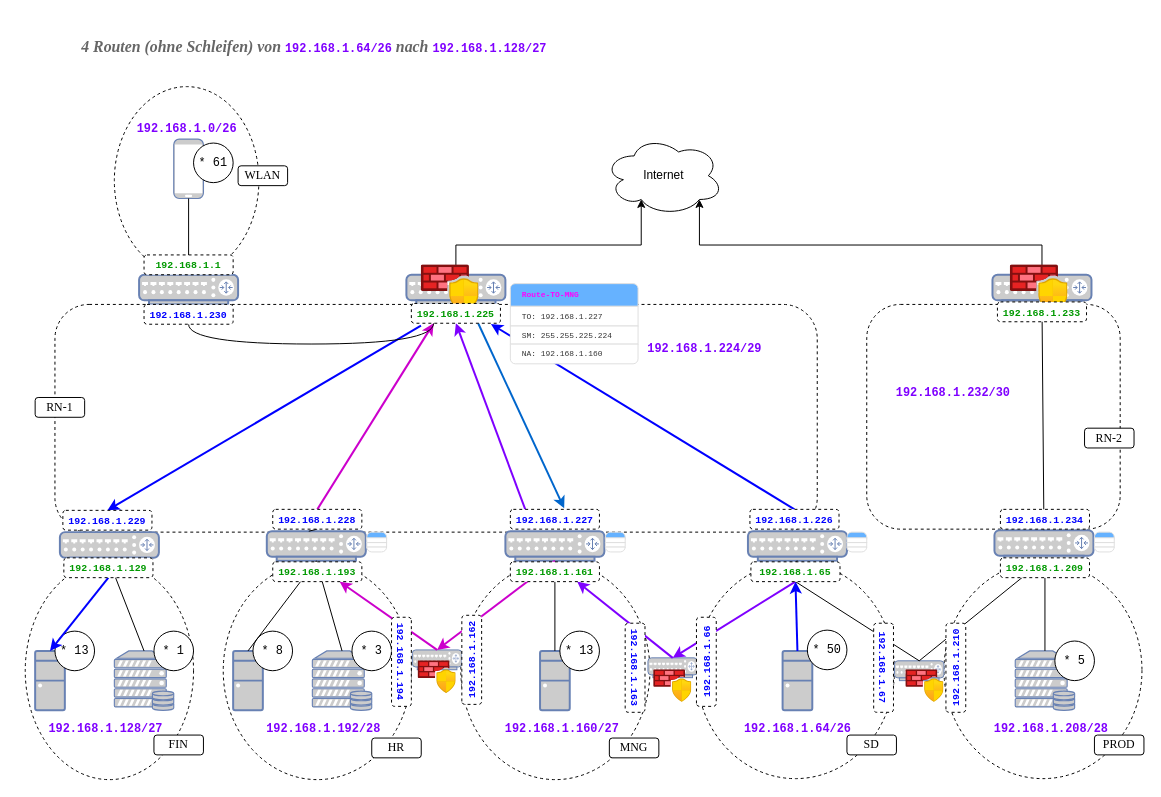
This is sources/lf.09/img.lf/ipv4-segmentation-task-firewalls.drawio from pro-tirone-computatri/protico.ltx, a draw.io file, before an edit. Source tidied: cells renumbered, new cells numbered last; positions are measured from the earlier drawing's top-left corner, leaving out a move shared by most shapes. Both pictures are drawn from the tidied source at 99%, with x=0, y=0 at pixel (25, 37).
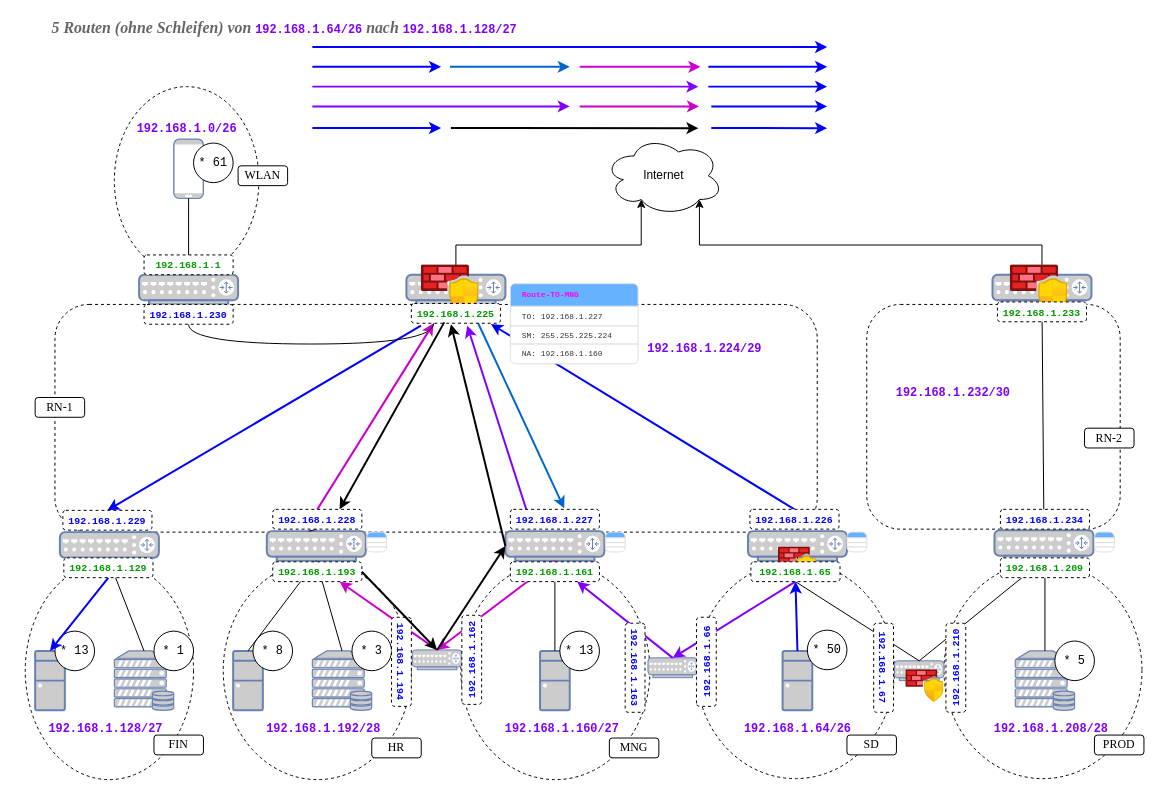
The same page after the edit.

Unchanged cells that the change refers to:
```xml
<mxCell id="20" style="fontColor=#0066CC;verticalAlign=top;verticalLabelPosition=bottom;labelPosition=center;align=center;html=1;outlineConnect=0;fillColor=#CCCCCC;strokeColor=#6881B3;gradientColor=none;gradientDirection=north;strokeWidth=2;shape=mxgraph.networks.router;" parent="1" vertex="1">
  <mxGeometry x="485" y="499" width="100" height="30" as="geometry" />
</mxCell>
<mxCell id="23" style="fontColor=#0066CC;verticalAlign=top;verticalLabelPosition=bottom;labelPosition=center;align=center;html=1;outlineConnect=0;fillColor=#CCCCCC;strokeColor=#6881B3;gradientColor=none;gradientDirection=north;strokeWidth=2;shape=mxgraph.networks.router;" parent="1" vertex="1">
  <mxGeometry x="730" y="499" width="100" height="30" as="geometry" />
</mxCell>
<mxCell id="28" style="fontColor=#0066CC;verticalAlign=top;verticalLabelPosition=bottom;labelPosition=center;align=center;html=1;outlineConnect=0;fillColor=#CCCCCC;strokeColor=#6881B3;gradientColor=none;gradientDirection=north;strokeWidth=2;shape=mxgraph.networks.router;" parent="1" vertex="1">
  <mxGeometry x="391" y="619" width="50" height="20" as="geometry" />
</mxCell>
<mxCell id="84" value="&lt;font color=&quot;#009900&quot; style=&quot;font-size: 10px;&quot; face=&quot;Courier New&quot;&gt;&lt;b style=&quot;&quot;&gt;192.168.1.193&lt;/b&gt;&lt;/font&gt;" style="rounded=1;whiteSpace=wrap;html=1;dashed=1;" parent="1" vertex="1">
  <mxGeometry x="250" y="530" width="90" height="20" as="geometry" />
</mxCell>
<mxCell id="93" value="&lt;font style=&quot;font-size: 10px;&quot; color=&quot;#0000ff&quot; face=&quot;Courier New&quot;&gt;&lt;b style=&quot;&quot;&gt;192.168.1.228&lt;/b&gt;&lt;/font&gt;" style="rounded=1;whiteSpace=wrap;html=1;dashed=1;" parent="1" vertex="1">
  <mxGeometry x="250" y="477" width="90" height="20" as="geometry" />
</mxCell>
<mxCell id="126" value="&lt;font style=&quot;font-size: 10px;&quot; color=&quot;#0000ff&quot; face=&quot;Courier New&quot;&gt;&lt;b style=&quot;&quot;&gt;192.168.1.227&lt;/b&gt;&lt;/font&gt;" style="rounded=1;whiteSpace=wrap;html=1;dashed=1;" parent="1" vertex="1">
  <mxGeometry x="490" y="477" width="90" height="20" as="geometry" />
</mxCell>
<mxCell id="128" value="&lt;font color=&quot;#009900&quot; style=&quot;font-size: 10px;&quot; face=&quot;Courier New&quot;&gt;&lt;b style=&quot;&quot;&gt;192.168.1.225&lt;/b&gt;&lt;/font&gt;" style="rounded=1;whiteSpace=wrap;html=1;dashed=1;" parent="1" vertex="1">
  <mxGeometry x="390" y="269" width="90" height="20" as="geometry" />
</mxCell>
```

The edit, as a diff of the source:
```diff
@@
-    <mxCell id="38" style="endArrow=classic;html=1;rounded=0;entryX=0.5;entryY=1;entryDx=0;entryDy=0;exitX=0.25;exitY=1;exitDx=0;exitDy=0;strokeColor=#7F00FF;strokeWidth=2;startArrow=none;startFill=0;endFill=1;" parent="1" edge="1" source="126" target="128">
+    <mxCell id="38" style="endArrow=classic;html=1;rounded=0;entryX=0.627;entryY=1.123;entryDx=0;entryDy=0;exitX=0.25;exitY=1;exitDx=0;exitDy=0;strokeColor=#7F00FF;strokeWidth=2;startArrow=none;startFill=0;endFill=1;entryPerimeter=0;" parent="1" edge="1" source="126" target="128">
       <mxGeometry relative="1" as="geometry" />
     </mxCell>
@@
-    <mxCell id="52" style="endArrow=none;html=1;rounded=0;entryX=0.5;entryY=1;entryDx=0;entryDy=0;entryPerimeter=0;exitX=0.5;exitY=0;exitDx=0;exitDy=0;exitPerimeter=0;" parent="1" edge="1" source="69" target="23">
+    <mxCell id="52" style="endArrow=none;html=1;rounded=0;entryX=0.5;entryY=1;entryDx=0;entryDy=0;entryPerimeter=0;exitX=0.5;exitY=0;exitDx=0;exitDy=0;exitPerimeter=0;" parent="1" edge="1" source="131" target="23">
       <mxGeometry relative="1" as="geometry" />
     </mxCell>
@@
-    <mxCell id="65" value="&lt;font face=&quot;Garamond&quot; color=&quot;#666666&quot;&gt;&lt;span style=&quot;font-size: 16px;&quot;&gt;&lt;b&gt;&lt;i&gt;4 Routen (ohne Schleifen) von&amp;nbsp;&lt;/i&gt;&lt;/b&gt;&lt;/span&gt;&lt;/font&gt;&lt;b style=&quot;color: rgb(127, 0, 255); font-family: &amp;quot;Courier New&amp;quot;;&quot;&gt;192.168.1.64/26&lt;/b&gt;&lt;font face=&quot;Garamond&quot; color=&quot;#666666&quot;&gt;&lt;span style=&quot;font-size: 16px;&quot;&gt;&lt;b&gt;&lt;i&gt;&amp;nbsp;nach&amp;nbsp;&lt;/i&gt;&lt;/b&gt;&lt;/span&gt;&lt;/font&gt;&lt;b style=&quot;color: rgb(127, 0, 255); font-family: &amp;quot;Courier New&amp;quot;;&quot;&gt;192.168.1.128/27&lt;/b&gt;&lt;font face=&quot;Garamond&quot; color=&quot;#666666&quot;&gt;&lt;span style=&quot;font-size: 16px;&quot;&gt;&lt;b&gt;&lt;i&gt;&amp;nbsp;&amp;nbsp;&lt;/i&gt;&lt;/b&gt;&lt;/span&gt;&lt;/font&gt;" style="text;html=1;align=center;verticalAlign=middle;whiteSpace=wrap;rounded=0;" parent="1" vertex="1">
-      <mxGeometry x="22" width="548" height="20" as="geometry" />
+    <mxCell id="65" value="&lt;font face=&quot;Garamond&quot; color=&quot;#666666&quot;&gt;&lt;span style=&quot;font-size: 16px;&quot;&gt;&lt;b&gt;&lt;i&gt;5 Routen (ohne Schleifen) von&amp;nbsp;&lt;/i&gt;&lt;/b&gt;&lt;/span&gt;&lt;/font&gt;&lt;b style=&quot;color: rgb(127, 0, 255); font-family: &amp;quot;Courier New&amp;quot;;&quot;&gt;192.168.1.64/26&lt;/b&gt;&lt;font face=&quot;Garamond&quot; color=&quot;#666666&quot;&gt;&lt;span style=&quot;font-size: 16px;&quot;&gt;&lt;b&gt;&lt;i&gt;&amp;nbsp;nach&amp;nbsp;&lt;/i&gt;&lt;/b&gt;&lt;/span&gt;&lt;/font&gt;&lt;b style=&quot;color: rgb(127, 0, 255); font-family: &amp;quot;Courier New&amp;quot;;&quot;&gt;192.168.1.128/27&lt;/b&gt;&lt;font face=&quot;Garamond&quot; color=&quot;#666666&quot;&gt;&lt;span style=&quot;font-size: 16px;&quot;&gt;&lt;b&gt;&lt;i&gt;&amp;nbsp;&amp;nbsp;&lt;/i&gt;&lt;/b&gt;&lt;/span&gt;&lt;/font&gt;" style="text;html=1;align=center;verticalAlign=middle;whiteSpace=wrap;rounded=0;" parent="1" vertex="1">
+      <mxGeometry x="-8" y="-20" width="548" height="20" as="geometry" />
     </mxCell>
@@
-    <mxCell id="69" value="&lt;font color=&quot;#009900&quot; style=&quot;font-size: 10px;&quot; face=&quot;Courier New&quot;&gt;&lt;b style=&quot;&quot;&gt;192.168.1.65&lt;/b&gt;&lt;/font&gt;" style="rounded=1;whiteSpace=wrap;html=1;dashed=1;" parent="1" vertex="1">
-      <mxGeometry x="733" y="530" width="90" height="20" as="geometry" />
-    </mxCell>
@@
+    <mxCell id="133" style="image;html=1;align=center;fontSize=12;image=img/lib/azure2/networking/Azure_Firewall_Manager.svg;" parent="1" vertex="1">
+      <mxGeometry x="889.5" y="639" width="38.5" height="33" as="geometry" />
+    </mxCell>
+    <mxCell id="134" style="endArrow=none;html=1;rounded=0;entryX=0.5;entryY=1;entryDx=0;entryDy=0;entryPerimeter=0;exitX=0.5;exitY=0;exitDx=0;exitDy=0;exitPerimeter=0;" parent="1" edge="1" source="69" target="131">
+      <mxGeometry relative="1" as="geometry" />
+    </mxCell>
     <mxCell id="131" style="image;html=1;points=[];align=center;fontSize=12;image=img/lib/azure2/networking/Azure_Firewall_Manager.svg;" parent="1" vertex="1">
-      <mxGeometry x="634.8" y="639" width="38.5" height="33" as="geometry" />
+      <mxGeometry x="760.8" y="515.1" width="38.5" height="33" as="geometry" />
     </mxCell>
-    <mxCell id="132" style="image;html=1;align=center;fontSize=12;image=img/lib/azure2/networking/Azure_Firewall_Manager.svg;" parent="1" vertex="1">
-      <mxGeometry x="396.8" y="630" width="38.5" height="33" as="geometry" />
-    </mxCell>
-    <mxCell id="133" style="image;html=1;align=center;fontSize=12;image=img/lib/azure2/networking/Azure_Firewall_Manager.svg;" parent="1" vertex="1">
-      <mxGeometry x="889.5" y="639" width="38.5" height="33" as="geometry" />
-    </mxCell>
+    <mxCell id="69" value="&lt;font color=&quot;#009900&quot; style=&quot;font-size: 10px;&quot; face=&quot;Courier New&quot;&gt;&lt;b style=&quot;&quot;&gt;192.168.1.65&lt;/b&gt;&lt;/font&gt;" style="rounded=1;whiteSpace=wrap;html=1;dashed=1;" parent="1" vertex="1">
+      <mxGeometry x="733" y="530" width="90" height="20" as="geometry" />
+    </mxCell>
+    <mxCell id="135" style="endArrow=none;html=1;rounded=0;entryX=0.369;entryY=0.956;entryDx=0;entryDy=0;strokeColor=#000000;strokeWidth=2;endFill=0;startArrow=classic;startFill=1;exitX=0.75;exitY=0;exitDx=0;exitDy=0;entryPerimeter=0;" parent="1" edge="1" source="93" target="128">
+      <mxGeometry relative="1" as="geometry" />
+    </mxCell>
+    <mxCell id="136" style="endArrow=none;html=1;rounded=0;entryX=1;entryY=0.5;entryDx=0;entryDy=0;strokeColor=#000000;strokeWidth=2;endFill=0;startArrow=classic;startFill=1;exitX=0.5;exitY=0;exitDx=0;exitDy=0;exitPerimeter=0;" parent="1" edge="1" source="28" target="84">
+      <mxGeometry relative="1" as="geometry" />
+    </mxCell>
+    <mxCell id="137" style="endArrow=none;html=1;rounded=0;entryX=0.5;entryY=0;entryDx=0;entryDy=0;strokeColor=#000000;strokeWidth=2;endFill=0;startArrow=classic;startFill=1;exitX=0;exitY=0.5;exitDx=0;exitDy=0;exitPerimeter=0;entryPerimeter=0;" parent="1" edge="1" source="20" target="28">
+      <mxGeometry relative="1" as="geometry" />
+    </mxCell>
+    <mxCell id="138" style="endArrow=none;html=1;rounded=0;entryX=0;entryY=0.5;entryDx=0;entryDy=0;strokeColor=#000000;strokeWidth=2;endFill=0;startArrow=classic;startFill=1;entryPerimeter=0;" parent="1" edge="1" target="20">
+      <mxGeometry relative="1" as="geometry">
+        <mxPoint x="430" y="290" as="sourcePoint" />
+      </mxGeometry>
+    </mxCell>
+    <mxCell id="139" style="endArrow=classic;html=1;rounded=0;strokeColor=#0000FF;strokeWidth=2;endFill=1;" parent="1" edge="1">
+      <mxGeometry relative="1" as="geometry">
+        <mxPoint x="290" y="10" as="sourcePoint" />
+        <mxPoint x="810" y="10" as="targetPoint" />
+      </mxGeometry>
+    </mxCell>
+    <mxCell id="140" style="endArrow=classic;html=1;rounded=0;strokeColor=#0000FF;strokeWidth=2;endFill=1;" parent="1" edge="1">
+      <mxGeometry relative="1" as="geometry">
+        <mxPoint x="290" y="30" as="sourcePoint" />
+        <mxPoint x="420" y="30" as="targetPoint" />
+      </mxGeometry>
+    </mxCell>
+    <mxCell id="141" style="endArrow=none;html=1;rounded=0;entryX=0.75;entryY=1;entryDx=0;entryDy=0;strokeColor=#0066CC;strokeWidth=2;endFill=0;startArrow=classic;startFill=1;" parent="1" edge="1">
+      <mxGeometry relative="1" as="geometry">
+        <mxPoint x="550" y="30" as="sourcePoint" />
+        <mxPoint x="429" y="30" as="targetPoint" />
+      </mxGeometry>
+    </mxCell>
+    <mxCell id="142" style="endArrow=none;html=1;rounded=0;entryX=0.5;entryY=1;entryDx=0;entryDy=0;entryPerimeter=0;strokeWidth=2;strokeColor=#CC00CC;endFill=0;startArrow=classic;startFill=1;" parent="1" edge="1">
+      <mxGeometry relative="1" as="geometry">
+        <mxPoint x="682" y="30" as="sourcePoint" />
+        <mxPoint x="560" y="30" as="targetPoint" />
+      </mxGeometry>
+    </mxCell>
+    <mxCell id="143" style="endArrow=classic;html=1;rounded=0;strokeColor=#0000FF;strokeWidth=2;endFill=1;" parent="1" edge="1">
+      <mxGeometry relative="1" as="geometry">
+        <mxPoint x="690" y="30" as="sourcePoint" />
+        <mxPoint x="810" y="30" as="targetPoint" />
+      </mxGeometry>
+    </mxCell>
+    <mxCell id="144" style="endArrow=none;html=1;rounded=0;strokeColor=#7F00FF;strokeWidth=2;endFill=0;startArrow=classic;startFill=1;" parent="1" edge="1">
+      <mxGeometry relative="1" as="geometry">
+        <mxPoint x="680" y="50" as="sourcePoint" />
+        <mxPoint x="290" y="50" as="targetPoint" />
+      </mxGeometry>
+    </mxCell>
+    <mxCell id="145" style="endArrow=classic;html=1;rounded=0;strokeColor=#0000FF;strokeWidth=2;endFill=1;" parent="1" edge="1">
+      <mxGeometry relative="1" as="geometry">
+        <mxPoint x="690" y="50" as="sourcePoint" />
+        <mxPoint x="810" y="50" as="targetPoint" />
+      </mxGeometry>
+    </mxCell>
+    <mxCell id="146" style="endArrow=none;html=1;rounded=0;strokeColor=#7F00FF;strokeWidth=2;endFill=0;startArrow=classic;startFill=1;" parent="1" edge="1">
+      <mxGeometry relative="1" as="geometry">
+        <mxPoint x="550" y="70" as="sourcePoint" />
+        <mxPoint x="290" y="70" as="targetPoint" />
+      </mxGeometry>
+    </mxCell>
+    <mxCell id="147" style="endArrow=none;html=1;rounded=0;entryX=0.5;entryY=1;entryDx=0;entryDy=0;entryPerimeter=0;strokeWidth=2;strokeColor=#CC00CC;endFill=0;startArrow=classic;startFill=1;exitX=0.88;exitY=0.25;exitDx=0;exitDy=0;exitPerimeter=0;" parent="1" edge="1">
+      <mxGeometry relative="1" as="geometry">
+        <mxPoint x="680.6" y="70" as="sourcePoint" />
+        <mxPoint x="560" y="70" as="targetPoint" />
+      </mxGeometry>
+    </mxCell>
+    <mxCell id="148" style="endArrow=classic;html=1;rounded=0;strokeColor=#0000FF;strokeWidth=2;endFill=1;" parent="1" edge="1">
+      <mxGeometry relative="1" as="geometry">
+        <mxPoint x="693" y="91.8" as="sourcePoint" />
+        <mxPoint x="810" y="92" as="targetPoint" />
+      </mxGeometry>
+    </mxCell>
+    <mxCell id="149" style="endArrow=classic;html=1;rounded=0;strokeColor=#0000FF;strokeWidth=2;endFill=1;" parent="1" edge="1">
+      <mxGeometry relative="1" as="geometry">
+        <mxPoint x="290" y="91.8" as="sourcePoint" />
+        <mxPoint x="420" y="91.8" as="targetPoint" />
+      </mxGeometry>
+    </mxCell>
+    <mxCell id="150" style="endArrow=classic;html=1;rounded=0;strokeColor=#000000;strokeWidth=2;endFill=1;" parent="1" edge="1">
+      <mxGeometry relative="1" as="geometry">
+        <mxPoint x="430" y="91.8" as="sourcePoint" />
+        <mxPoint x="680" y="92" as="targetPoint" />
+      </mxGeometry>
+    </mxCell>
+    <mxCell id="151" style="endArrow=classic;html=1;rounded=0;strokeColor=#0000FF;strokeWidth=2;endFill=1;" parent="1" edge="1">
+      <mxGeometry relative="1" as="geometry">
+        <mxPoint x="693" y="70" as="sourcePoint" />
+        <mxPoint x="810" y="70" as="targetPoint" />
+      </mxGeometry>
+    </mxCell>
```
